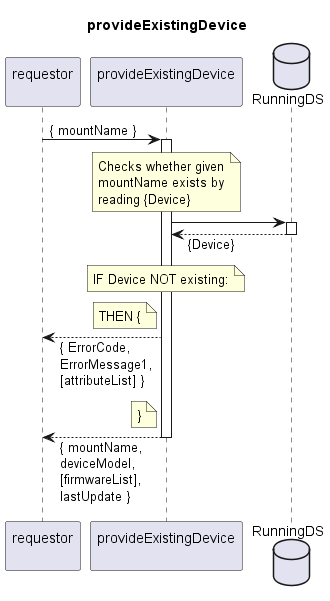
Earlier version of the PlantUML export spec/Services/provideExistingDevice/1.0.0/provideExistingDevice.png (openBackhaul/FirmWareManager).
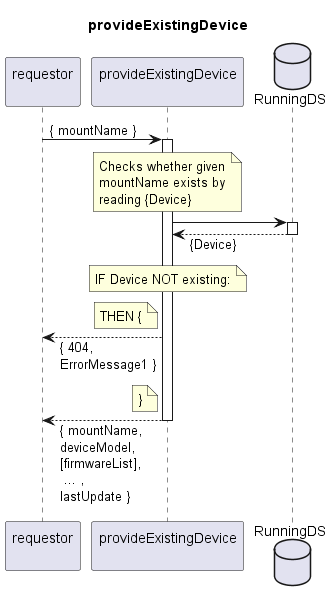
After the change.

Change to the diagram source:
```diff
@@ -27,12 +27,12 @@
   note left indServ
     THEN {
   end note
-  requestor <-- indServ: { ErrorCode,\nErrorMessage1,\n[attributeList] }
+  requestor <-- indServ: { 404,\nErrorMessage1 }
   note left indServ
     }
   end note
 
-requestor <-- indServ: { mountName,\ndeviceModel,\n[firmwareList],\nlastUpdate }
+requestor <-- indServ: { mountName,\ndeviceModel,\n[firmwareList],\n ... ,\nlastUpdate }
 deactivate indServ
 
 @enduml
```
